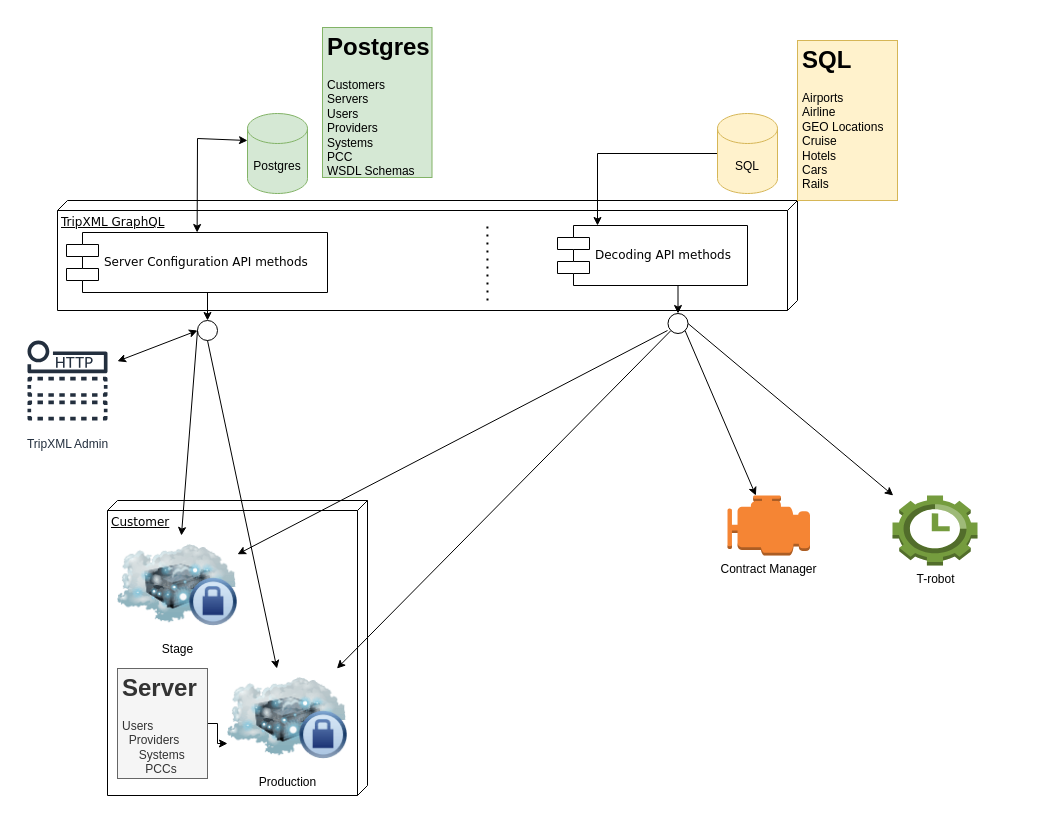
This is TripXMLGraphQL.drawio from technology-transfer-corporation/TripXML, a draw.io file, before an edit. Source tidied: cells renumbered, new cells numbered last; positions are measured from the earlier drawing's top-left corner, leaving out a move shared by most shapes. Both pictures are drawn from the tidied source at 100%, with x=0, y=0 at pixel (17, 27).
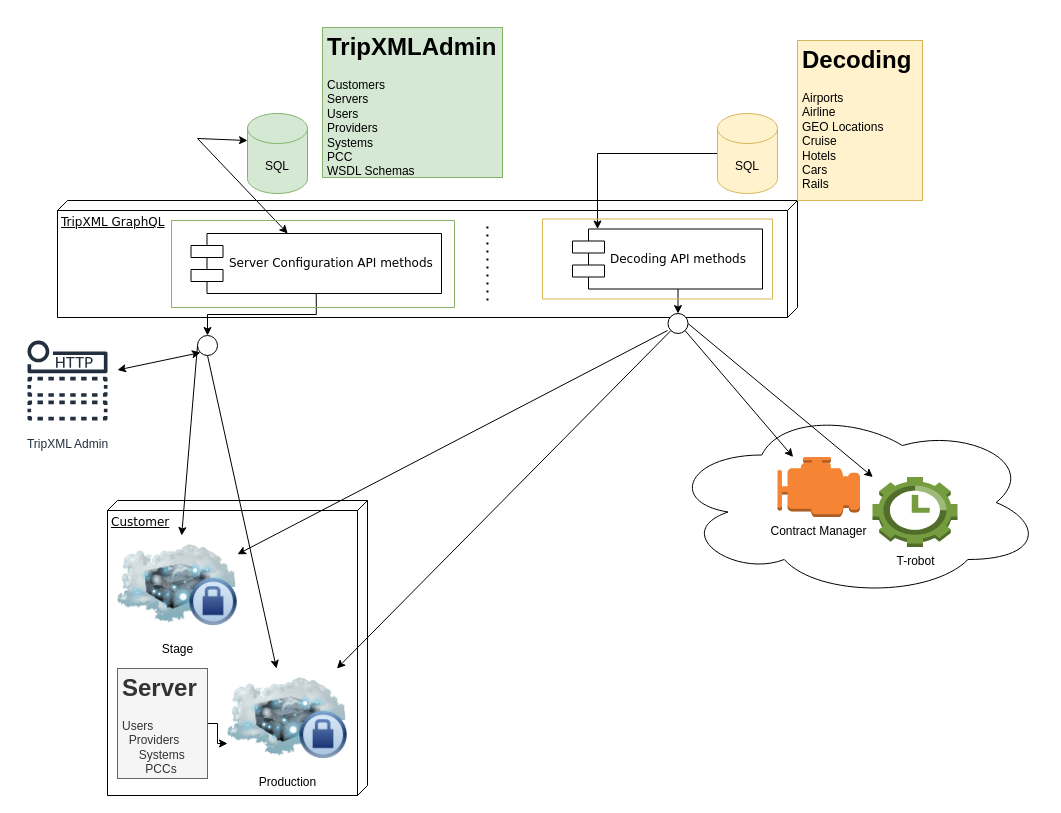
The same page after the edit.

The change refers to these unchanged cells:
```xml
<mxCell id="13" value="Production" style="image;html=1;image=img/lib/clip_art/networking/Cloud_Server_Private_128x128.png;" parent="1" vertex="1">
  <mxGeometry x="210" y="641" width="120" height="100" as="geometry" />
</mxCell>
<mxCell id="15" style="ellipse;whiteSpace=wrap;html=1;rounded=0;shadow=0;comic=0;labelBackgroundColor=none;strokeWidth=1;fontFamily=Verdana;fontSize=12;align=center;" parent="1" vertex="1">
  <mxGeometry x="650.5" y="286" width="20" height="20" as="geometry" />
</mxCell>
<mxCell id="20" value="TripXML Admin" style="sketch=0;outlineConnect=0;fontColor=#232F3E;gradientColor=none;strokeColor=#232F3E;fillColor=#ffffff;dashed=0;verticalLabelPosition=bottom;verticalAlign=top;align=center;html=1;fontSize=12;fontStyle=0;shape=mxgraph.aws4.resourceIcon;resIcon=mxgraph.aws4.http_notification;" parent="1" vertex="1">
  <mxGeometry y="303" width="100" height="100" as="geometry" />
</mxCell>
```

The edit, as a diff of the source:
```diff
@@
     <mxCell id="2" value="TripXML GraphQL" style="verticalAlign=top;align=left;spacingTop=8;spacingLeft=2;spacingRight=12;shape=cube;size=10;direction=south;fontStyle=4;html=1;rounded=0;shadow=0;comic=0;labelBackgroundColor=none;strokeWidth=1;fontFamily=Verdana;fontSize=12;" parent="1" vertex="1">
-      <mxGeometry x="40" y="173" width="740" height="110" as="geometry" />
+      <mxGeometry x="40" y="173" width="740" height="117" as="geometry" />
     </mxCell>
@@
-    <mxCell id="5" value="Server Configuration API methods" style="shape=component;align=left;spacingLeft=36;rounded=0;shadow=0;comic=0;labelBackgroundColor=none;strokeWidth=1;fontFamily=Verdana;fontSize=12;html=1;" parent="1" vertex="1">
-      <mxGeometry x="49" y="205" width="261" height="60" as="geometry" />
-    </mxCell>
-    <mxCell id="6" value="Postgres" style="shape=cylinder3;whiteSpace=wrap;html=1;boundedLbl=1;backgroundOutline=1;size=15;fillColor=#d5e8d4;strokeColor=#82b366;" parent="1" vertex="1">
+    <mxCell id="6" value="SQL" style="shape=cylinder3;whiteSpace=wrap;html=1;boundedLbl=1;backgroundOutline=1;size=15;fillColor=#d5e8d4;strokeColor=#82b366;" parent="1" vertex="1">
       <mxGeometry x="230" y="86" width="60" height="80" as="geometry" />
     </mxCell>
@@
-    <mxCell id="9" value="Decoding API methods" style="shape=component;align=left;spacingLeft=36;rounded=0;shadow=0;comic=0;labelBackgroundColor=none;strokeWidth=1;fontFamily=Verdana;fontSize=12;html=1;" parent="1" vertex="1">
-      <mxGeometry x="540" y="198" width="190" height="60" as="geometry" />
-    </mxCell>
@@
     <mxCell id="11" style="ellipse;whiteSpace=wrap;html=1;rounded=0;shadow=0;comic=0;labelBackgroundColor=none;strokeWidth=1;fontFamily=Verdana;fontSize=12;align=center;" parent="1" vertex="1">
-      <mxGeometry x="180" y="293" width="20" height="20" as="geometry" />
+      <mxGeometry x="180" y="308" width="20" height="20" as="geometry" />
     </mxCell>
@@
-    <mxCell id="21" style="endArrow=classic;startArrow=classic;html=1;rounded=0;" parent="1" edge="1" target="20">
-      <mxGeometry relative="1" as="geometry">
-        <mxPoint x="180" y="303" as="sourcePoint" />
-      </mxGeometry>
+    <mxCell id="21" style="endArrow=classic;startArrow=classic;html=1;rounded=0;exitX=0;exitY=1;exitDx=0;exitDy=0;" parent="1" edge="1" source="11" target="20">
+      <mxGeometry relative="1" as="geometry" />
     </mxCell>
@@
-    <mxCell id="23" style="endArrow=classic;html=1;rounded=0;exitX=0;exitY=1;exitDx=0;exitDy=0;" parent="1" edge="1" source="15" target="13">
+    <mxCell id="23" style="endArrow=classic;html=1;rounded=0;exitX=0;exitY=1;exitDx=0;exitDy=0;startArrow=none;" parent="1" edge="1" source="15" target="13">
       <mxGeometry relative="1" as="geometry" />
     </mxCell>
+    <mxCell id="28" style="endArrow=classic;startArrow=classic;html=1;rounded=0;" parent="1" edge="1" source="5">
+      <mxGeometry relative="1" as="geometry">
+        <mxPoint x="230" y="113" as="targetPoint" />
+        <Array as="points">
+          <mxPoint x="180" y="111" />
+        </Array>
+      </mxGeometry>
+    </mxCell>
+    <mxCell id="31" style="ellipse;shape=cloud;whiteSpace=wrap;html=1;" parent="1" vertex="1">
+      <mxGeometry x="650.5" y="380" width="375" height="190" as="geometry" />
+    </mxCell>
+    <mxCell id="29" value="&lt;h1&gt;Decoding&lt;/h1&gt;&lt;p&gt;Airports&lt;br&gt;Airline&lt;br&gt;GEO Locations&lt;br&gt;Cruise&lt;br&gt;Hotels&lt;br&gt;Cars&lt;br&gt;Rails&lt;/p&gt;" style="text;html=1;strokeColor=#d6b656;fillColor=#fff2cc;spacing=5;spacingTop=-20;whiteSpace=wrap;overflow=hidden;rounded=0;" parent="1" vertex="1">
+      <mxGeometry x="780" y="13" width="125" height="160" as="geometry" />
+    </mxCell>
+    <mxCell id="30" value="&lt;h1&gt;TripXMLAdmin&lt;/h1&gt;&lt;p&gt;Customers&lt;br&gt;Servers&lt;br&gt;Users&lt;br&gt;Providers&lt;br&gt;Systems&lt;br&gt;PCC&lt;br&gt;WSDL Schemas&lt;/p&gt;" style="text;html=1;strokeColor=#82b366;fillColor=#d5e8d4;spacing=5;spacingTop=-20;whiteSpace=wrap;overflow=hidden;rounded=0;" parent="1" vertex="1">
+      <mxGeometry x="305" width="180" height="150" as="geometry" />
+    </mxCell>
     <mxCell id="24" value="T-robot" style="outlineConnect=0;dashed=0;verticalLabelPosition=bottom;verticalAlign=top;align=center;html=1;shape=mxgraph.aws3.maintenance_window;fillColor=#759C3E;gradientColor=none;" parent="1" vertex="1">
-      <mxGeometry x="875" y="468" width="85" height="70" as="geometry" />
+      <mxGeometry x="855" y="449.5" width="85" height="70" as="geometry" />
     </mxCell>
     <mxCell id="25" value="Contract Manager" style="outlineConnect=0;dashed=0;verticalLabelPosition=bottom;verticalAlign=top;align=center;html=1;shape=mxgraph.aws3.emr_engine;fillColor=#F58534;gradientColor=none;" parent="1" vertex="1">
-      <mxGeometry x="710" y="468" width="82.5" height="60" as="geometry" />
+      <mxGeometry x="760" y="429.5" width="82.5" height="60" as="geometry" />
     </mxCell>
@@
-    <mxCell id="28" style="endArrow=classic;startArrow=classic;html=1;rounded=0;" parent="1" edge="1" source="5">
-      <mxGeometry relative="1" as="geometry">
-        <mxPoint x="230" y="113" as="targetPoint" />
-        <Array as="points">
-          <mxPoint x="180" y="111" />
-        </Array>
-      </mxGeometry>
-    </mxCell>
-    <mxCell id="29" value="&lt;h1&gt;SQL&lt;/h1&gt;&lt;p&gt;Airports&lt;br&gt;Airline&lt;br&gt;GEO Locations&lt;br&gt;Cruise&lt;br&gt;Hotels&lt;br&gt;Cars&lt;br&gt;Rails&lt;/p&gt;" style="text;html=1;strokeColor=#d6b656;fillColor=#fff2cc;spacing=5;spacingTop=-20;whiteSpace=wrap;overflow=hidden;rounded=0;" parent="1" vertex="1">
-      <mxGeometry x="780" y="13" width="100" height="160" as="geometry" />
-    </mxCell>
-    <mxCell id="30" value="&lt;h1&gt;Postgres&lt;/h1&gt;&lt;p&gt;Customers&lt;br&gt;Servers&lt;br&gt;Users&lt;br&gt;Providers&lt;br&gt;Systems&lt;br&gt;PCC&lt;br&gt;WSDL Schemas&lt;/p&gt;" style="text;html=1;strokeColor=#82b366;fillColor=#d5e8d4;spacing=5;spacingTop=-20;whiteSpace=wrap;overflow=hidden;rounded=0;" parent="1" vertex="1">
-      <mxGeometry x="305" width="109.5" height="150" as="geometry" />
-    </mxCell>
+    <mxCell id="32" style="swimlane;startSize=0;fillColor=#d5e8d4;strokeColor=#82b366;" parent="1" vertex="1">
+      <mxGeometry x="154" y="193" width="283" height="87" as="geometry" />
+    </mxCell>
+    <mxCell id="5" value="Server Configuration API methods" style="shape=component;align=left;spacingLeft=36;rounded=0;shadow=0;comic=0;labelBackgroundColor=none;strokeWidth=1;fontFamily=Verdana;fontSize=12;html=1;" parent="32" vertex="1">
+      <mxGeometry x="19.5" y="13" width="250.5" height="60" as="geometry" />
+    </mxCell>
+    <mxCell id="33" style="swimlane;startSize=0;fillColor=#fff2cc;strokeColor=#d6b656;" parent="1" vertex="1">
+      <mxGeometry x="525" y="191.5" width="230" height="80" as="geometry" />
+    </mxCell>
+    <mxCell id="9" value="Decoding API methods" style="shape=component;align=left;spacingLeft=36;rounded=0;shadow=0;comic=0;labelBackgroundColor=none;strokeWidth=1;fontFamily=Verdana;fontSize=12;html=1;" parent="33" vertex="1">
+      <mxGeometry x="30" y="10" width="190" height="60" as="geometry" />
+    </mxCell>
```
